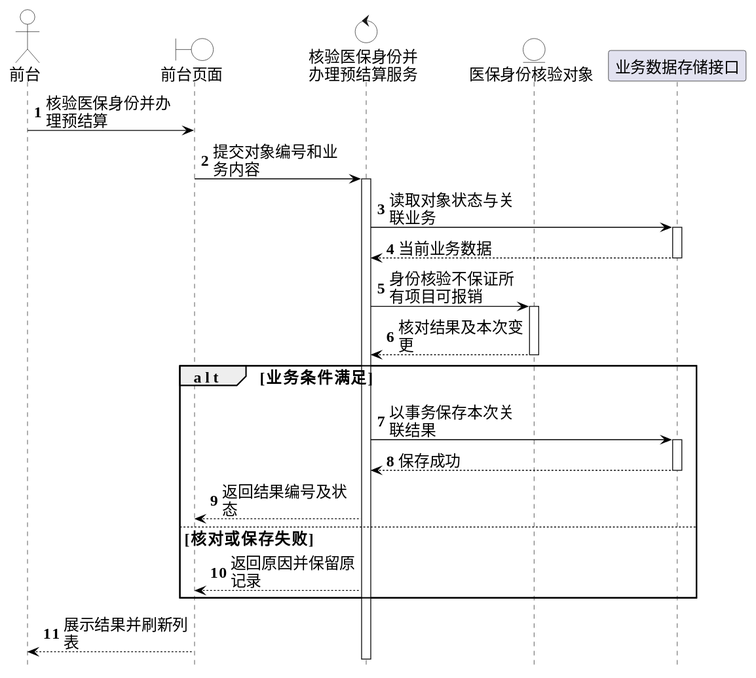
Above: 01-需求文档/diagrams/integrated-20261019/design-seq-22.svg in Shawmc-creator/systemAnalyseAndDesign (PlantUML), before the change. Its source is kept beside it as 01-需求文档/diagrams/integrated-20261019/design-seq-22.puml.
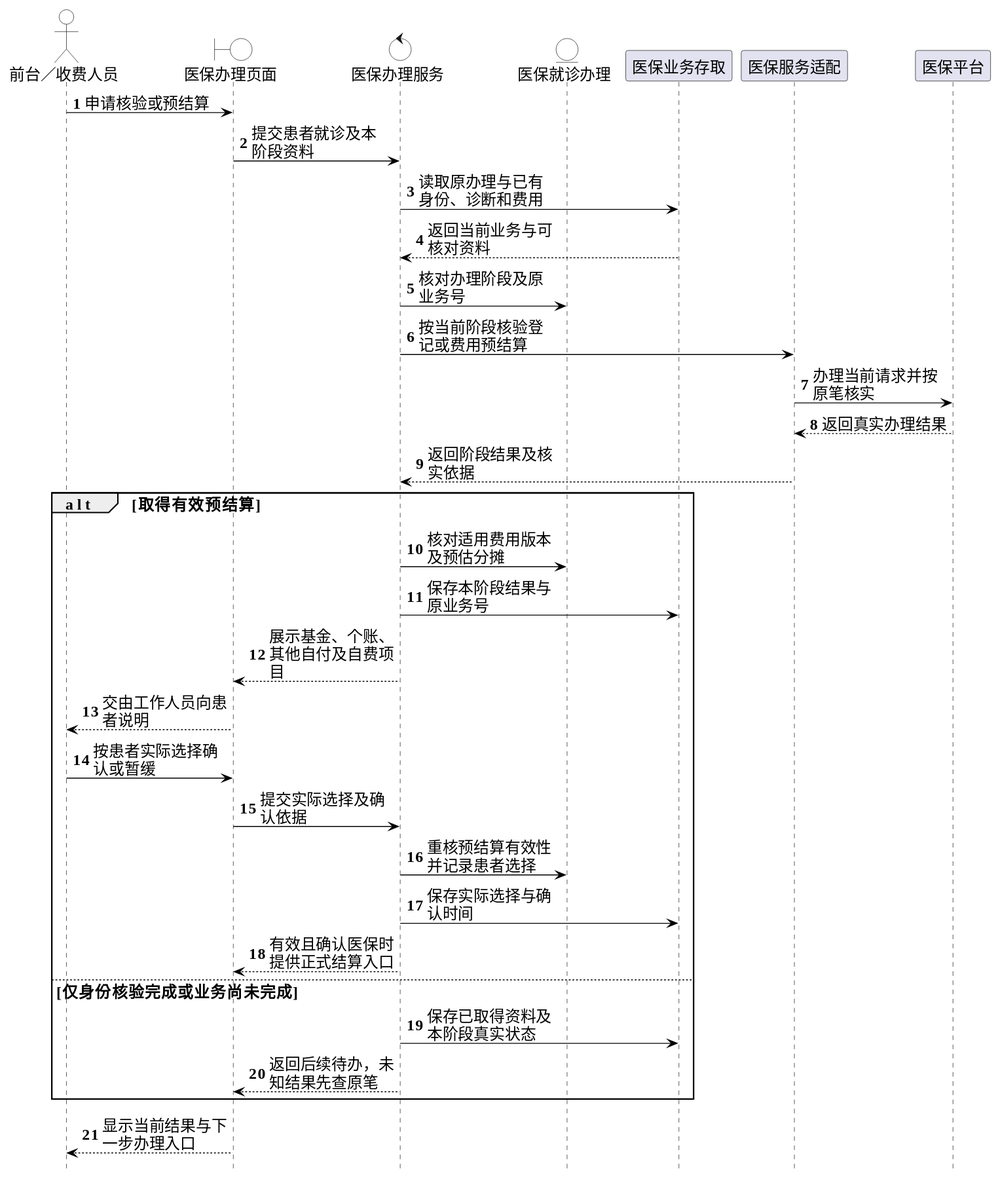
Later version of the same file.

Change to the diagram source:
```diff
@@ -16,33 +16,37 @@
 skinparam ranksep 34
 hide footbox
 autonumber
-skinparam maxMessageSize 150
-actor "前台" as A
-boundary "前台页面" as P
-control "核验医保身份并\n办理预结算服务" as S
-entity "医保身份核验对象" as E
-participant "业务数据存储接口" as R
-A -> P : 核验医保身份并办理预结算
-P -> S : 提交对象编号和业务内容
-activate S
-S -> R : 读取对象状态与关联业务
-activate R
-R --> S : 当前业务数据
-deactivate R
-S -> E : 身份核验不保证所有项目可报销
-activate E
-E --> S : 核对结果及本次变更
-deactivate E
-alt 业务条件满足
-S -> R : 以事务保存本次关联结果
-activate R
-R --> S : 保存成功
-deactivate R
-S --> P : 返回结果编号及状态
-else 核对或保存失败
-S --> P : 返回原因并保留原记录
+skinparam maxMessageSize 145
+actor "前台／收费人员" as A
+boundary "医保办理页面" as P
+control "医保办理服务" as S
+entity "医保就诊办理" as C
+participant "医保业务存取" as R
+participant "医保服务适配" as G
+participant "医保平台" as X
+A -> P : 申请核验或预结算
+P -> S : 提交患者就诊及本阶段资料
+S -> R : 读取原办理与已有身份、诊断和费用
+R --> S : 返回当前业务与可核对资料
+S -> C : 核对办理阶段及原业务号
+S -> G : 按当前阶段核验登记或费用预结算
+G -> X : 办理当前请求并按原笔核实
+X --> G : 返回真实办理结果
+G --> S : 返回阶段结果及核实依据
+alt 取得有效预结算
+ S -> C : 核对适用费用版本及预估分摊
+ S -> R : 保存本阶段结果与原业务号
+ S --> P : 展示基金、个账、其他自付及自费项目
+ P --> A : 交由工作人员向患者说明
+ A -> P : 按患者实际选择确认或暂缓
+ P -> S : 提交实际选择及确认依据
+ S -> C : 重核预结算有效性并记录患者选择
+ S -> R : 保存实际选择与确认时间
+ S --> P : 有效且确认医保时提供正式结算入口
+else 仅身份核验完成或业务尚未完成
+ S -> R : 保存已取得资料及本阶段真实状态
+ S --> P : 返回后续待办，未知结果先查原笔
 end
-P --> A : 展示结果并刷新列表
-deactivate S
+P --> A : 显示当前结果与下一步办理入口
 
 @enduml
```
